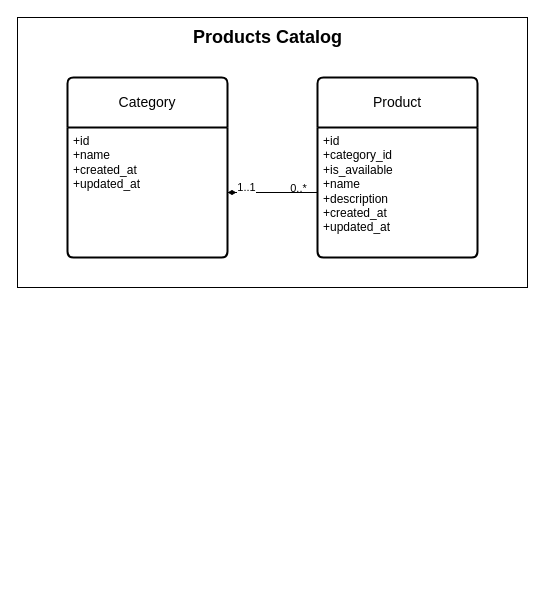
Earlier version of the draw.io diagram data-architecure.drawio (gustavoc0imbra/petshop-seuamigao). Source tidied: cells renumbered, new cells numbered last; positions are measured from the earlier drawing's top-left corner, leaving out a move shared by most shapes. Both pictures are drawn from the tidied source at 100%, with x=0, y=0 at pixel (17, 17).
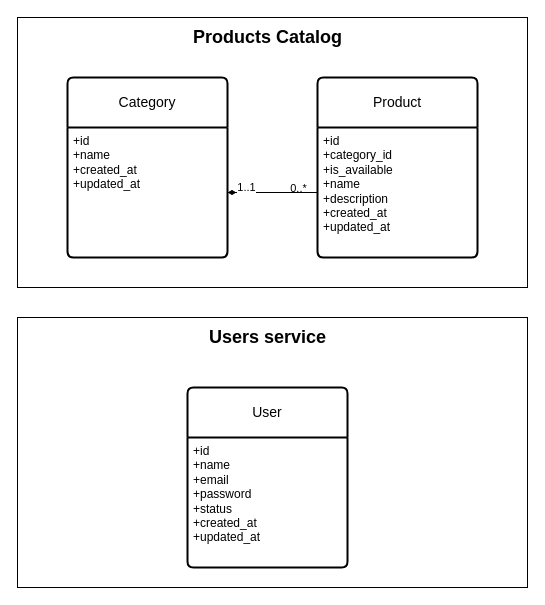
After the change.

What changed in the source:
```diff
@@
 <mxGraphModel>
   <root>
     <mxCell id="0" />
     <mxCell id="1" parent="0" />
     <mxCell id="2" style="rounded=0;whiteSpace=wrap;html=1;" parent="1" vertex="1">
       <mxGeometry width="510" height="270" as="geometry" />
     </mxCell>
     <mxCell id="3" value="Product" style="swimlane;horizontal=1;startSize=50;rounded=1;fontSize=14;fontStyle=0;strokeWidth=2;shadow=0;dashed=0;align=center;arcSize=4;whiteSpace=wrap;html=1;" parent="1" vertex="1">
       <mxGeometry x="300" y="60" width="160" height="180" as="geometry" />
     </mxCell>
     <mxCell id="4" value="+id&lt;div&gt;+category_id&lt;br&gt;+is_available&lt;br&gt;+name&lt;br&gt;+description&lt;div&gt;+created_at&lt;/div&gt;&lt;div&gt;+updated_at&lt;/div&gt;&lt;/div&gt;" style="align=left;strokeColor=none;fillColor=none;spacingLeft=4;spacingRight=4;fontSize=12;verticalAlign=top;html=1;whiteSpace=wrap;" parent="3" vertex="1">
       <mxGeometry y="50" width="160" height="130" as="geometry" />
     </mxCell>
     <mxCell id="5" value="Category" style="swimlane;horizontal=1;startSize=50;rounded=1;fontSize=14;fontStyle=0;strokeWidth=2;shadow=0;dashed=0;align=center;arcSize=4;whiteSpace=wrap;html=1;" parent="1" vertex="1">
       <mxGeometry x="50" y="60" width="160" height="180" as="geometry" />
     </mxCell>
     <mxCell id="6" value="+id&lt;div&gt;+name&lt;br&gt;&lt;div&gt;+created_at&lt;/div&gt;&lt;div&gt;+updated_at&lt;/div&gt;&lt;/div&gt;" style="align=left;strokeColor=none;fillColor=none;spacingLeft=4;spacingRight=4;fontSize=12;verticalAlign=top;html=1;whiteSpace=wrap;" parent="5" vertex="1">
       <mxGeometry y="50" width="160" height="130" as="geometry" />
     </mxCell>
     <mxCell id="7" style="edgeStyle=orthogonalEdgeStyle;rounded=0;jettySize=auto;html=1;endArrow=none;startFill=0;" parent="1" edge="1" source="6" target="4">
       <mxGeometry relative="1" as="geometry" />
     </mxCell>
     <mxCell id="8" value="0..*" style="edgeLabel;html=1;align=center;verticalAlign=middle;" parent="7" vertex="1">
       <mxGeometry x="0.44" y="-1" relative="1" as="geometry">
         <mxPoint x="5" y="-6" as="offset" />
       </mxGeometry>
     </mxCell>
     <mxCell id="9" style="edgeStyle=orthogonalEdgeStyle;rounded=0;jettySize=auto;html=1;endArrow=diamondThin;startFill=0;startArrow=none;endFill=1;" parent="1" edge="1" source="4" target="6">
       <mxGeometry relative="1" as="geometry" />
     </mxCell>
     <mxCell id="10" value="1..1" style="edgeLabel;html=1;align=center;verticalAlign=middle;" parent="1" vertex="1">
       <mxGeometry x="240" y="170" as="geometry">
         <mxPoint x="-12" y="-1" as="offset" />
       </mxGeometry>
     </mxCell>
     <mxCell id="11" value="Products Catalog" style="text;html=1;align=center;verticalAlign=middle;strokeColor=none;fillColor=none;fontSize=18;fontStyle=1;" parent="1" vertex="1">
       <mxGeometry x="170" width="160" height="40" as="geometry" />
     </mxCell>
+    <mxCell id="12" style="rounded=0;whiteSpace=wrap;html=1;" parent="1" vertex="1">
+      <mxGeometry y="300" width="510" height="270" as="geometry" />
+    </mxCell>
+    <mxCell id="13" value="User" style="swimlane;horizontal=1;startSize=50;rounded=1;fontSize=14;fontStyle=0;strokeWidth=2;shadow=0;dashed=0;align=center;arcSize=4;whiteSpace=wrap;html=1;" parent="1" vertex="1">
+      <mxGeometry x="170" y="370" width="160" height="180" as="geometry" />
+    </mxCell>
+    <mxCell id="14" value="+id&lt;div&gt;+name&lt;br&gt;&lt;div&gt;+email&lt;br&gt;+password&lt;br&gt;+status&lt;br&gt;&lt;div&gt;+created_at&lt;/div&gt;&lt;div&gt;+updated_at&lt;/div&gt;&lt;/div&gt;&lt;/div&gt;" style="align=left;strokeColor=none;fillColor=none;spacingLeft=4;spacingRight=4;fontSize=12;verticalAlign=top;html=1;whiteSpace=wrap;" parent="13" vertex="1">
+      <mxGeometry y="50" width="160" height="130" as="geometry" />
+    </mxCell>
+    <mxCell id="15" value="Users service" style="text;html=1;align=center;verticalAlign=middle;strokeColor=none;fillColor=none;fontSize=18;fontStyle=1;" parent="1" vertex="1">
+      <mxGeometry x="185" y="300" width="130" height="40" as="geometry" />
+    </mxCell>
   </root>
 </mxGraphModel>
```
